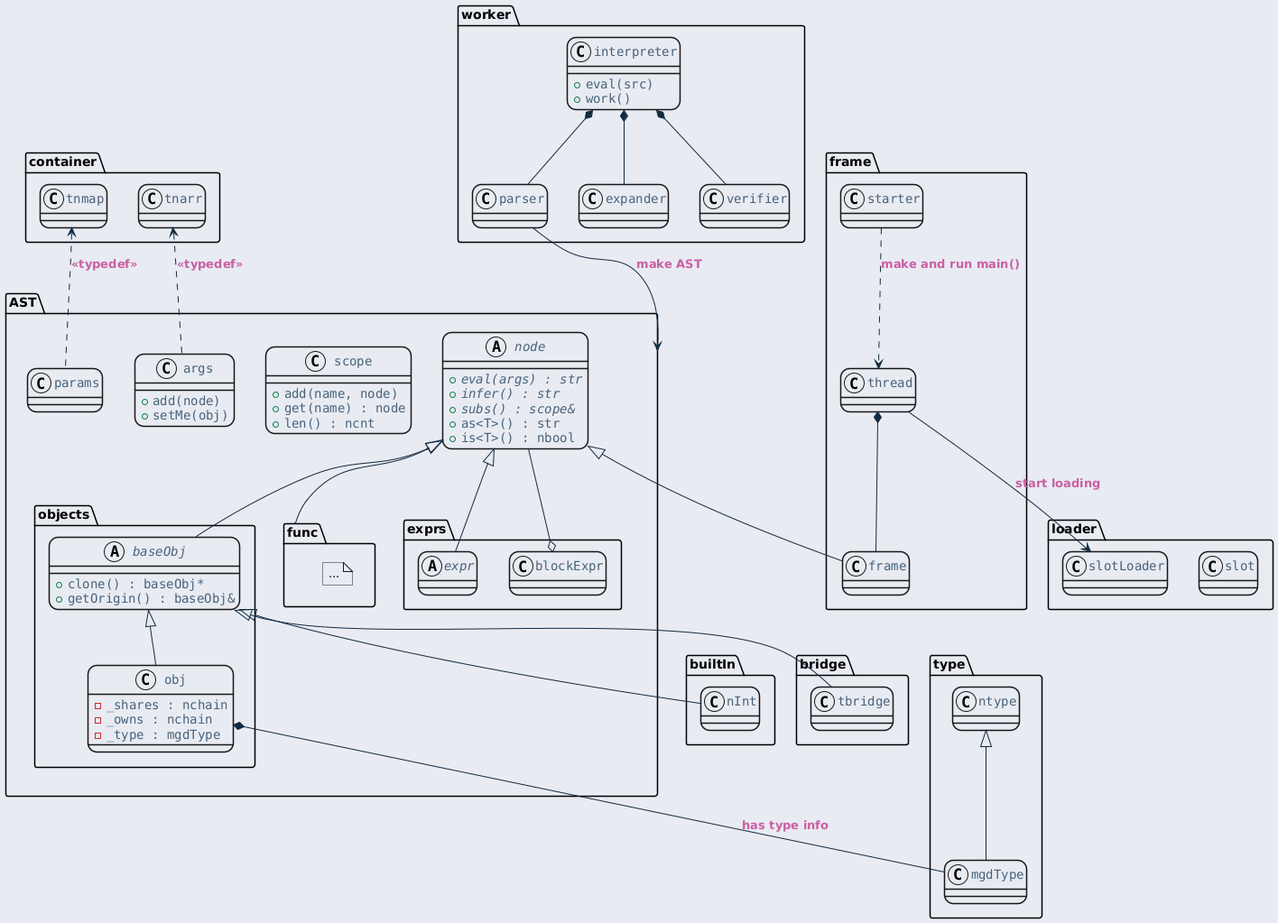
This is ref/generated/ko/inline_umlgraph_19.png from byeolang/website, a PlantUML export, as it was before one commit.
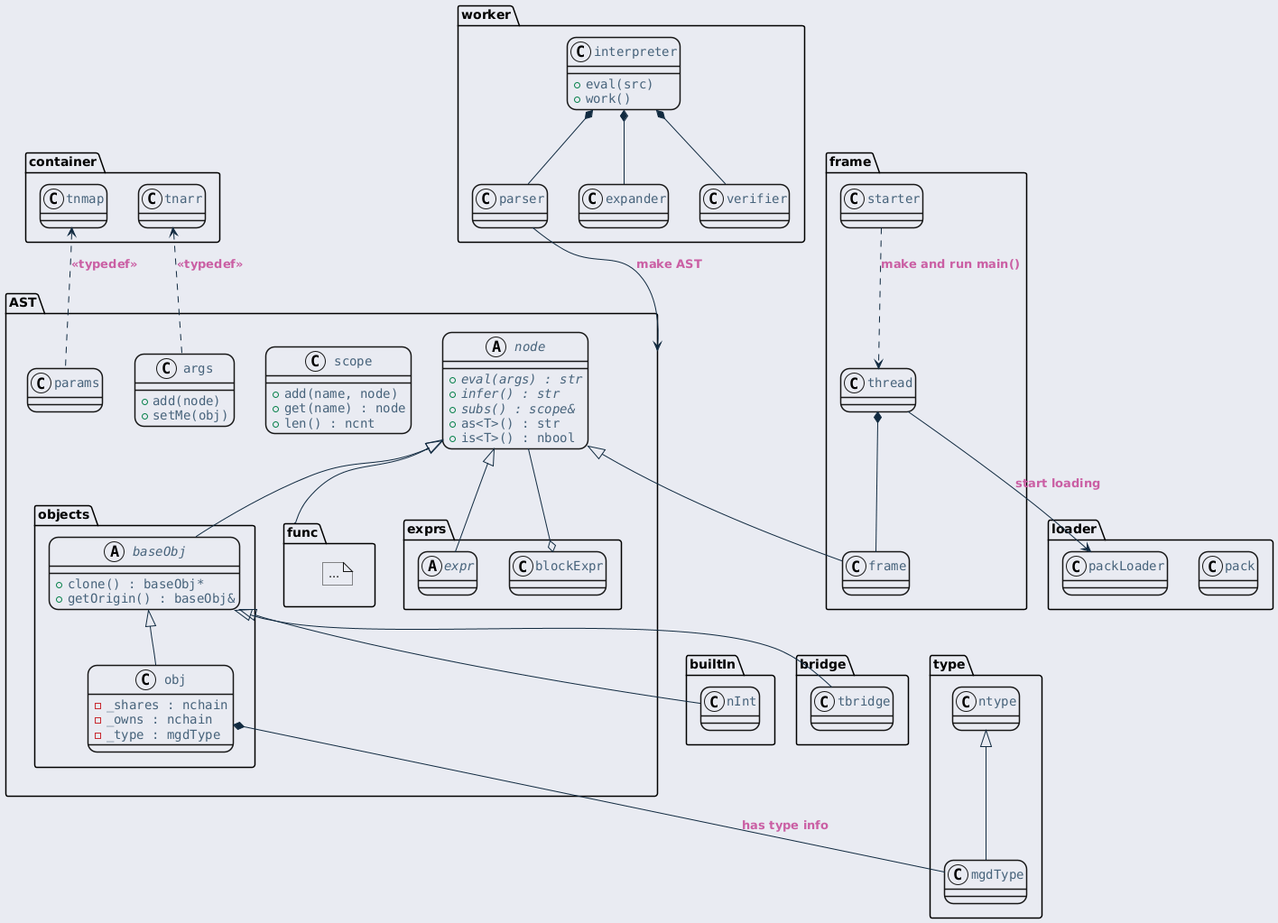
The same diagram one commit later.

Change to the diagram source:
```diff
@@ -102,8 +102,8 @@
 baseObj <|-- tbridge
 
 package loader {
-  class slot
-  class slotLoader
+  class pack
+  class packLoader
 }
 
 package "frame" as frame1 {
@@ -114,7 +114,7 @@
 node <|-- frame
 thread *-- frame
 starter ..> thread: make and run main()
-thread --> slotLoader: start loading
+thread --> packLoader: start loading
 
 package worker {
   class interpreter {
```
